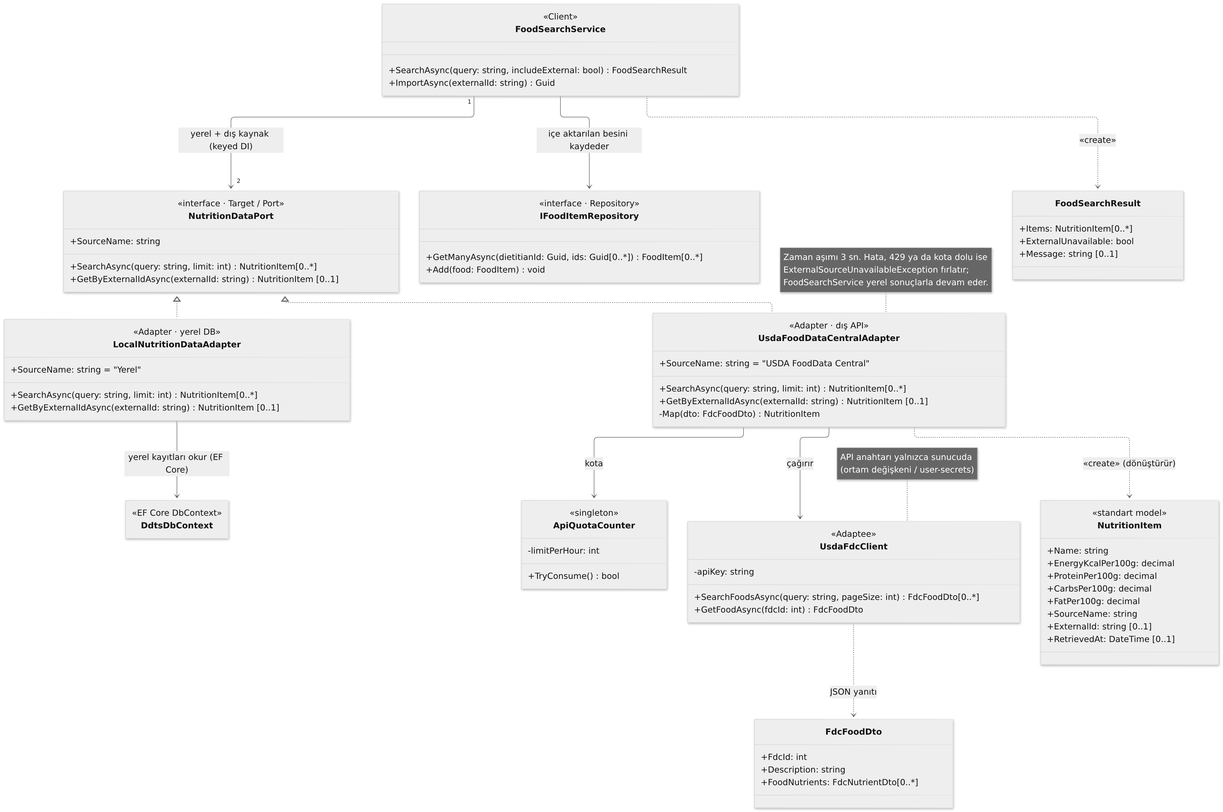
Emmet47/diyetisyen-danisan-takip-sistemi keeps this Mermaid diagram as docs/uml/png/p-5-adapter.png. Above is the earlier version. Its source is kept beside it as docs/uml/p-5-adapter.mmd. Its diagram source:
```mermaid
classDiagram
direction TB
class FoodSearchService {
  <<Client>>
  +SearchAsync(query: string, includeExternal: bool) FoodSearchResult
  +ImportAsync(externalId: string) Guid
}
class NutritionDataPort {
  <<interface · Target / Port>>
  +SourceName: string
  +SearchAsync(query: string, limit: int) NutritionItem[0..#42;]
  +GetByExternalIdAsync(externalId: string) NutritionItem [0..1]
}
class LocalNutritionDataAdapter {
  <<Adapter · yerel DB>>
  +SourceName: string = "Yerel"
  +SearchAsync(query: string, limit: int) NutritionItem[0..#42;]
  +GetByExternalIdAsync(externalId: string) NutritionItem [0..1]
}
class UsdaFoodDataCentralAdapter {
  <<Adapter · dış API>>
  +SourceName: string = "USDA FoodData Central"
  +SearchAsync(query: string, limit: int) NutritionItem[0..#42;]
  +GetByExternalIdAsync(externalId: string) NutritionItem [0..1]
  -Map(dto: FdcFoodDto) NutritionItem
}
class UsdaFdcClient {
  <<Adaptee>>
  -apiKey: string
  +SearchFoodsAsync(query: string, pageSize: int) FdcFoodDto[0..#42;]
  +GetFoodAsync(fdcId: int) FdcFoodDto
}
class ApiQuotaCounter {
  <<singleton>>
  -limitPerHour: int
  +TryConsume() bool
}
class FdcFoodDto {
  +FdcId: int
  +Description: string
  +FoodNutrients: FdcNutrientDto[0..#42;]
}
class NutritionItem {
  <<standart model>>
  +Name: string
  +EnergyKcalPer100g: decimal
  +ProteinPer100g: decimal
  +CarbsPer100g: decimal
  +FatPer100g: decimal
  +SourceName: string
  +ExternalId: string [0..1]
  +RetrievedAt: DateTime [0..1]
}
class FoodSearchResult {
  +Items: NutritionItem[0..#42;]
  +ExternalUnavailable: bool
  +Message: string [0..1]
}
class DdtsDbContext {
  <<EF Core DbContext>>
}
class IFoodItemRepository {
  <<interface · Repository>>
  +GetManyAsync(dietitianId: Guid, ids: Guid[0..#42;]) FoodItem[0..#42;]
  +Add(food: FoodItem) void
}
NutritionDataPort <|.. LocalNutritionDataAdapter
NutritionDataPort <|.. UsdaFoodDataCentralAdapter
FoodSearchService "1" --> "2" NutritionDataPort : yerel + dış kaynak (keyed DI)
FoodSearchService --> IFoodItemRepository : içe aktarılan besini kaydeder
LocalNutritionDataAdapter --> DdtsDbContext : yerel kayıtları okur (EF Core)
UsdaFoodDataCentralAdapter --> UsdaFdcClient : çağırır
UsdaFoodDataCentralAdapter --> ApiQuotaCounter : kota
UsdaFdcClient ..> FdcFoodDto : JSON yanıtı
UsdaFoodDataCentralAdapter ..> NutritionItem : «create» (dönüştürür)
FoodSearchService ..> FoodSearchResult : «create»
note for UsdaFoodDataCentralAdapter "Zaman aşımı 3 sn. Hata, 429 ya da kota dolu ise<br>ExternalSourceUnavailableException fırlatır;<br>FoodSearchService yerel sonuçlarla devam eder."
note for UsdaFdcClient "API anahtarı yalnızca sunucuda<br>(ortam değişkeni / user-secrets)"
```
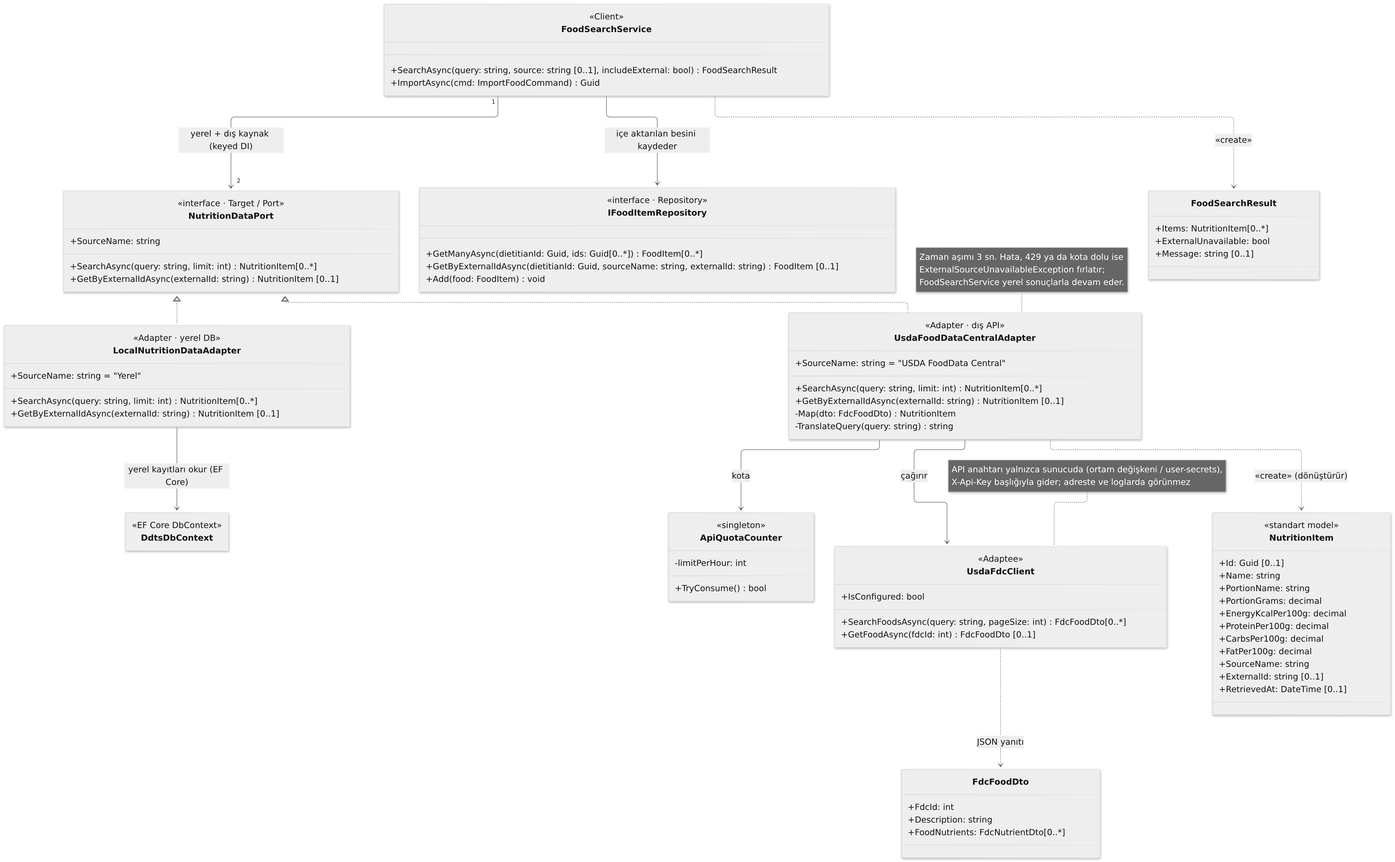
Later version of the same file.

What changed in the source:
```diff
@@ -2,8 +2,8 @@
 direction TB
 class FoodSearchService {
   <<Client>>
-  +SearchAsync(query: string, includeExternal: bool) FoodSearchResult
-  +ImportAsync(externalId: string) Guid
+  +SearchAsync(query: string, source: string [0..1], includeExternal: bool) FoodSearchResult
+  +ImportAsync(cmd: ImportFoodCommand) Guid
 }
 class NutritionDataPort {
   <<interface · Target / Port>>
@@ -23,12 +23,13 @@
   +SearchAsync(query: string, limit: int) NutritionItem[0..#42;]
   +GetByExternalIdAsync(externalId: string) NutritionItem [0..1]
   -Map(dto: FdcFoodDto) NutritionItem
+  -TranslateQuery(query: string) string
 }
 class UsdaFdcClient {
   <<Adaptee>>
-  -apiKey: string
+  +IsConfigured: bool
   +SearchFoodsAsync(query: string, pageSize: int) FdcFoodDto[0..#42;]
-  +GetFoodAsync(fdcId: int) FdcFoodDto
+  +GetFoodAsync(fdcId: int) FdcFoodDto [0..1]
 }
 class ApiQuotaCounter {
   <<singleton>>
@@ -42,7 +43,10 @@
 }
 class NutritionItem {
   <<standart model>>
+  +Id: Guid [0..1]
   +Name: string
+  +PortionName: string
+  +PortionGrams: decimal
   +EnergyKcalPer100g: decimal
   +ProteinPer100g: decimal
   +CarbsPer100g: decimal
@@ -62,6 +66,7 @@
 class IFoodItemRepository {
   <<interface · Repository>>
   +GetManyAsync(dietitianId: Guid, ids: Guid[0..#42;]) FoodItem[0..#42;]
+  +GetByExternalIdAsync(dietitianId: Guid, sourceName: string, externalId: string) FoodItem [0..1]
   +Add(food: FoodItem) void
 }
 NutritionDataPort <|.. LocalNutritionDataAdapter
@@ -75,4 +80,4 @@
 UsdaFoodDataCentralAdapter ..> NutritionItem : «create» (dönüştürür)
 FoodSearchService ..> FoodSearchResult : «create»
 note for UsdaFoodDataCentralAdapter "Zaman aşımı 3 sn. Hata, 429 ya da kota dolu ise<br>ExternalSourceUnavailableException fırlatır;<br>FoodSearchService yerel sonuçlarla devam eder."
-note for UsdaFdcClient "API anahtarı yalnızca sunucuda<br>(ortam değişkeni / user-secrets)"
+note for UsdaFdcClient "API anahtarı yalnızca sunucuda (ortam değişkeni / user-secrets),<br>X-Api-Key başlığıyla gider; adreste ve loglarda görünmez"
```
